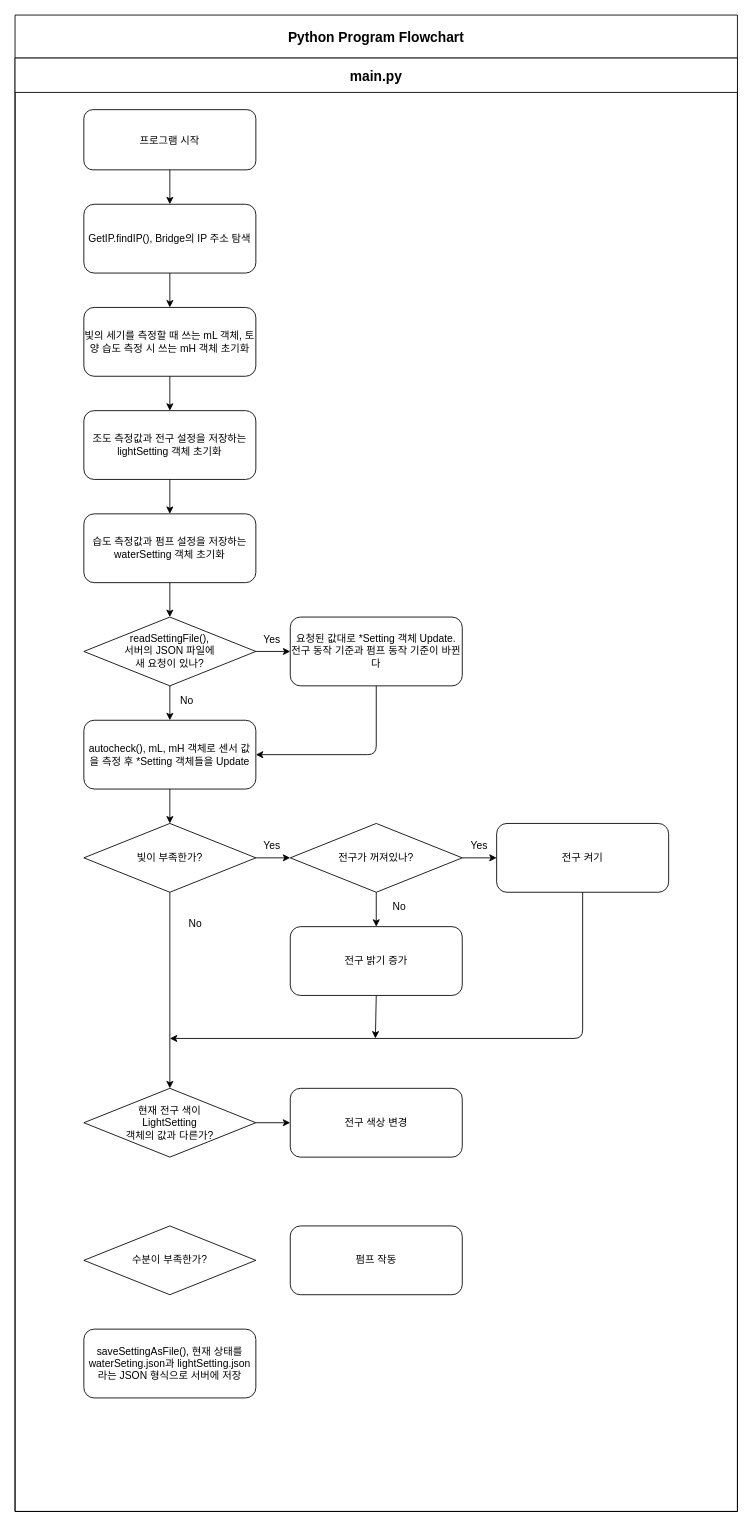
Before: main.drawio in rkrnru/2021ESWContest_free_1071, a draw.io diagram. Source tidied: cells renumbered, new cells numbered last; positions are measured from the earlier drawing's top-left corner, leaving out a move shared by most shapes. Both pictures are drawn from the tidied source at 86%, with x=0, y=0 at pixel (15, 15).
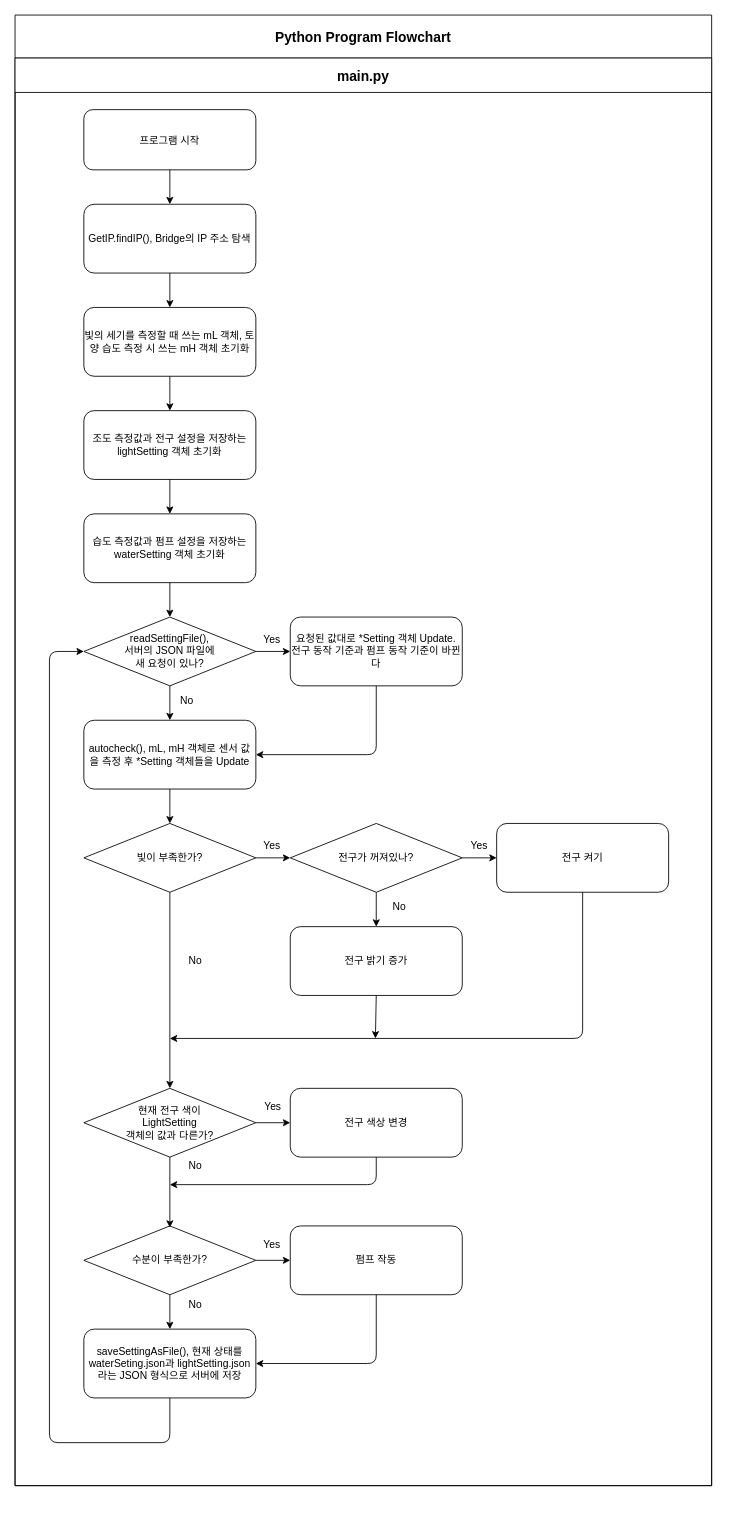
Above is the later version.

The change refers to these unchanged cells:
```xml
<mxCell id="9" value="readSettingFile(),&lt;br&gt;서버의 JSON 파일에 &lt;br&gt;새 요청이 있나?" style="rhombus;whiteSpace=wrap;html=1;fontSize=12;" parent="2" vertex="1">
  <mxGeometry x="80" y="700" width="200" height="80" as="geometry" />
</mxCell>
<mxCell id="15" value="현재 전구 색이 &lt;br&gt;LightSetting&lt;br&gt;객체의 값과 다른가?" style="rhombus;whiteSpace=wrap;html=1;fontSize=12;" parent="2" vertex="1">
  <mxGeometry x="80" y="1248" width="200" height="80" as="geometry" />
</mxCell>
<mxCell id="16" value="전구 색상 변경" style="rounded=1;whiteSpace=wrap;html=1;fontSize=12;" parent="2" vertex="1">
  <mxGeometry x="320" y="1248" width="200" height="80" as="geometry" />
</mxCell>
<mxCell id="17" value="수분이 부족한가?" style="rhombus;whiteSpace=wrap;html=1;fontSize=12;" parent="2" vertex="1">
  <mxGeometry x="80" y="1408" width="200" height="80" as="geometry" />
</mxCell>
<mxCell id="18" value="펌프 작동" style="rounded=1;whiteSpace=wrap;html=1;fontSize=12;" parent="2" vertex="1">
  <mxGeometry x="320" y="1408" width="200" height="80" as="geometry" />
</mxCell>
<mxCell id="19" value="saveSettingAsFile(), 현재 상태를 waterSeting.json과 lightSetting.json라는 JSON 형식으로 서버에 저장" style="rounded=1;whiteSpace=wrap;html=1;fontSize=12;" parent="2" vertex="1">
  <mxGeometry x="80" y="1528" width="200" height="80" as="geometry" />
</mxCell>
```

Change to the diagram source:
```diff
@@
     <mxCell id="2" value="Python Program Flowchart" style="swimlane;fontSize=16;startSize=50;spacingTop=0;spacingBottom=0;" parent="1" vertex="1">
-      <mxGeometry width="840" height="1740" as="geometry" />
+      <mxGeometry width="810" height="1710" as="geometry" />
     </mxCell>
@@
     <mxCell id="30" value="No" style="text;html=1;strokeColor=none;fillColor=none;align=center;verticalAlign=middle;whiteSpace=wrap;rounded=0;" parent="2" vertex="1">
-      <mxGeometry x="190" y="1047" width="40" height="20" as="geometry" />
+      <mxGeometry x="190" y="1090" width="40" height="20" as="geometry" />
     </mxCell>
@@
+    <mxCell id="43" value="No" style="text;html=1;strokeColor=none;fillColor=none;align=center;verticalAlign=middle;whiteSpace=wrap;rounded=0;" parent="2" vertex="1">
+      <mxGeometry x="190" y="1328" width="40" height="20" as="geometry" />
+    </mxCell>
+    <mxCell id="44" style="endArrow=classic;html=1;exitX=1;exitY=0.5;exitDx=0;exitDy=0;entryX=0;entryY=0.5;entryDx=0;entryDy=0;" parent="2" edge="1" source="17" target="18">
+      <mxGeometry relative="1" as="geometry" />
+    </mxCell>
+    <mxCell id="45" value="Yes" style="text;html=1;strokeColor=none;fillColor=none;align=center;verticalAlign=middle;whiteSpace=wrap;rounded=0;" parent="2" vertex="1">
+      <mxGeometry x="279" y="1420" width="40" height="20" as="geometry" />
+    </mxCell>
+    <mxCell id="46" style="endArrow=classic;html=1;exitX=0.5;exitY=1;exitDx=0;exitDy=0;entryX=0.5;entryY=0;entryDx=0;entryDy=0;" parent="2" edge="1" source="17" target="19">
+      <mxGeometry relative="1" as="geometry" />
+    </mxCell>
+    <mxCell id="47" value="No" style="text;html=1;strokeColor=none;fillColor=none;align=center;verticalAlign=middle;whiteSpace=wrap;rounded=0;" parent="2" vertex="1">
+      <mxGeometry x="190" y="1490" width="40" height="20" as="geometry" />
+    </mxCell>
+    <mxCell id="48" style="endArrow=classic;html=1;exitX=0.5;exitY=1;exitDx=0;exitDy=0;entryX=1;entryY=0.5;entryDx=0;entryDy=0;" parent="2" edge="1" source="18" target="19">
+      <mxGeometry relative="1" as="geometry">
+        <Array as="points">
+          <mxPoint x="420" y="1568" />
+        </Array>
+      </mxGeometry>
+    </mxCell>
+    <mxCell id="49" style="endArrow=classic;html=1;exitX=0.5;exitY=1;exitDx=0;exitDy=0;entryX=0;entryY=0.5;entryDx=0;entryDy=0;" parent="2" edge="1" source="19" target="9">
+      <mxGeometry relative="1" as="geometry">
+        <Array as="points">
+          <mxPoint x="180" y="1660" />
+          <mxPoint x="40" y="1660" />
+          <mxPoint x="40" y="740" />
+        </Array>
+      </mxGeometry>
+    </mxCell>
     <mxCell id="32" value="main.py" style="swimlane;fontSize=16;startSize=40;" parent="1" vertex="1">
-      <mxGeometry y="50" width="840" height="1690" as="geometry" />
+      <mxGeometry y="50" width="810" height="1660" as="geometry" />
     </mxCell>
@@
+    <mxCell id="50" style="endArrow=classic;html=1;exitX=0.5;exitY=1;exitDx=0;exitDy=0;" parent="1" edge="1" source="15">
+      <mxGeometry relative="1" as="geometry">
+        <mxPoint x="180" y="1410" as="targetPoint" />
+      </mxGeometry>
+    </mxCell>
+    <mxCell id="51" value="Yes" style="text;html=1;strokeColor=none;fillColor=none;align=center;verticalAlign=middle;whiteSpace=wrap;rounded=0;" parent="1" vertex="1">
+      <mxGeometry x="280" y="1260" width="40" height="20" as="geometry" />
+    </mxCell>
+    <mxCell id="52" style="endArrow=classic;html=1;exitX=0.5;exitY=1;exitDx=0;exitDy=0;" parent="1" edge="1" source="16">
+      <mxGeometry relative="1" as="geometry">
+        <mxPoint x="180" y="1360" as="targetPoint" />
+        <Array as="points">
+          <mxPoint x="420" y="1360" />
+        </Array>
+      </mxGeometry>
+    </mxCell>
```
